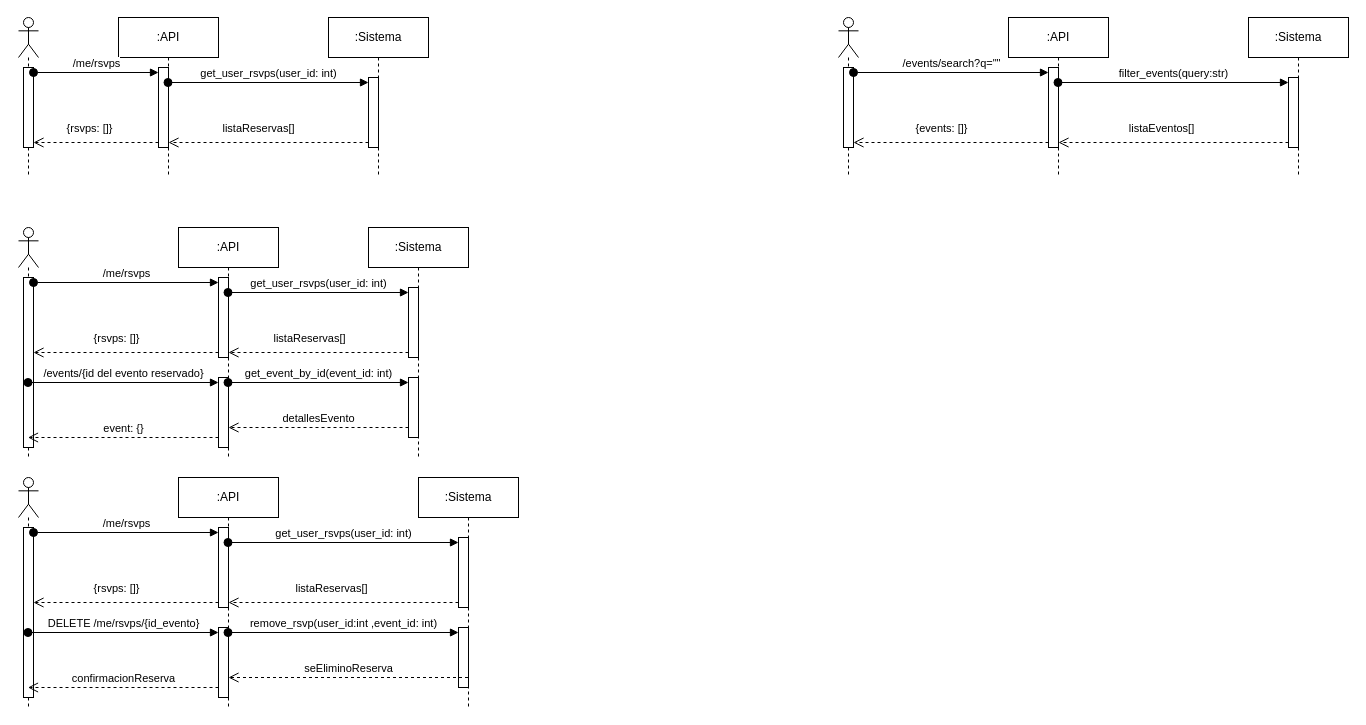
Before: docs/diagrams/sequence/diagrams-sequence.es.drawio in a-mayb3/group_n_meet_backend, a draw.io diagram. Source tidied: cells renumbered, new cells numbered last; positions are measured from the earlier drawing's top-left corner, leaving out a move shared by most shapes. Both pictures are drawn from the tidied source at 100%, with x=0, y=0 at pixel (18, 17).
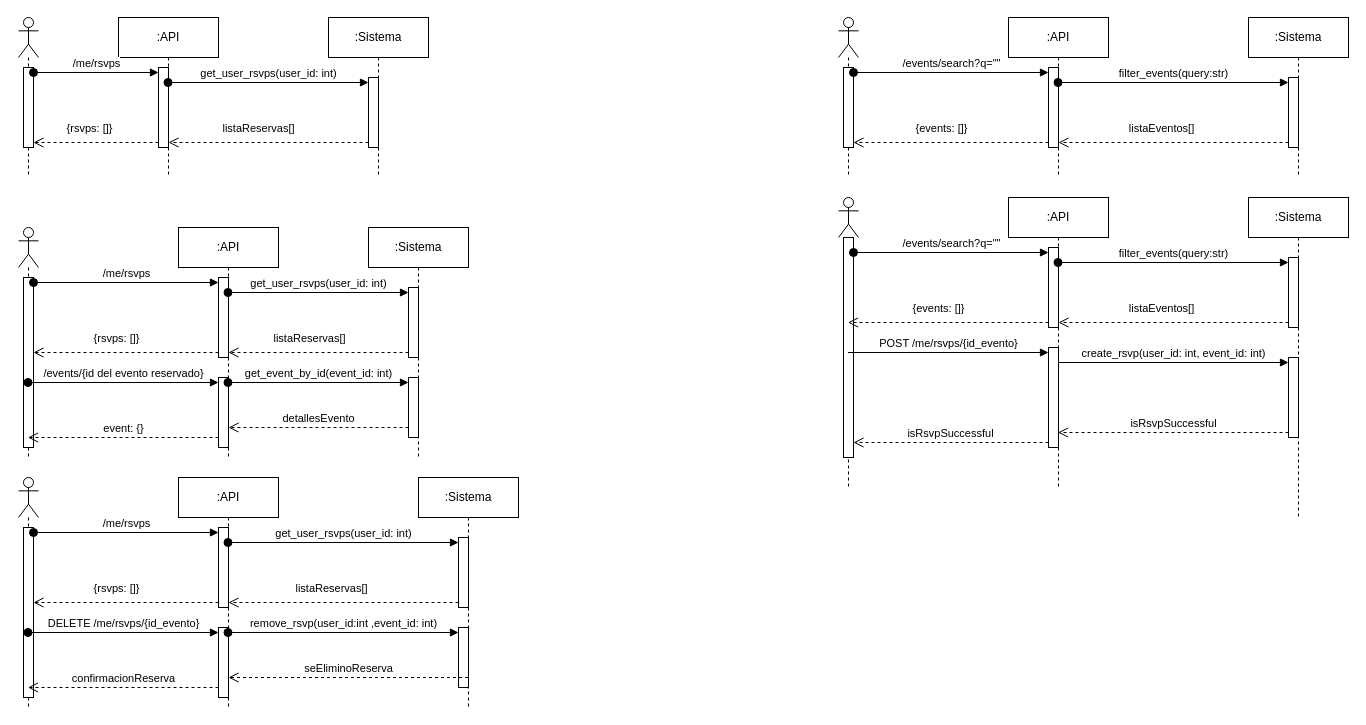
After the change.

Commit message:
Added user reservation sequence

The edit, as a diff of the source:
```diff
@@
+    <mxCell id="54" style="shape=umlLifeline;perimeter=lifelinePerimeter;whiteSpace=wrap;html=1;outlineConnect=0;portConstraint=eastwest;newEdgeStyle={&quot;curved&quot;:0,&quot;rounded&quot;:0};participant=umlActor;" parent="1" vertex="1">
+      <mxGeometry x="820" y="180" width="20" height="290" as="geometry" />
+    </mxCell>
+    <mxCell id="55" style="html=1;points=[[0,0,0,0,5],[0,1,0,0,-5],[1,0,0,0,5],[1,1,0,0,-5]];perimeter=orthogonalPerimeter;outlineConnect=0;targetShapes=umlLifeline;portConstraint=eastwest;newEdgeStyle={&quot;curved&quot;:0,&quot;rounded&quot;:0};" parent="54" vertex="1">
+      <mxGeometry x="5" y="40" width="10" height="220" as="geometry" />
+    </mxCell>
@@
+    <mxCell id="56" value=":API" style="shape=umlLifeline;perimeter=lifelinePerimeter;whiteSpace=wrap;html=1;outlineConnect=0;portConstraint=eastwest;newEdgeStyle={&quot;curved&quot;:0,&quot;rounded&quot;:0};" parent="1" vertex="1">
+      <mxGeometry x="990" y="180" width="100" height="290" as="geometry" />
+    </mxCell>
+    <mxCell id="57" style="html=1;points=[[0,0,0,0,5],[0,1,0,0,-5],[1,0,0,0,5],[1,1,0,0,-5]];perimeter=orthogonalPerimeter;outlineConnect=0;targetShapes=umlLifeline;portConstraint=eastwest;newEdgeStyle={&quot;curved&quot;:0,&quot;rounded&quot;:0};" parent="56" vertex="1">
+      <mxGeometry x="40" y="50" width="10" height="80" as="geometry" />
+    </mxCell>
+    <mxCell id="58" style="html=1;points=[[0,0,0,0,5],[0,1,0,0,-5],[1,0,0,0,5],[1,1,0,0,-5]];perimeter=orthogonalPerimeter;outlineConnect=0;targetShapes=umlLifeline;portConstraint=eastwest;newEdgeStyle={&quot;curved&quot;:0,&quot;rounded&quot;:0};" parent="56" vertex="1">
+      <mxGeometry x="40" y="150" width="10" height="100" as="geometry" />
+    </mxCell>
@@
+    <mxCell id="59" value=":Sistema" style="shape=umlLifeline;perimeter=lifelinePerimeter;whiteSpace=wrap;html=1;newEdgeStyle={&quot;curved&quot;:0,&quot;rounded&quot;:0};" parent="1" vertex="1">
+      <mxGeometry x="1230" y="180" width="100" height="320" as="geometry" />
+    </mxCell>
+    <mxCell id="60" style="html=1;points=[[0,0,0,0,5],[0,1,0,0,-5],[1,0,0,0,5],[1,1,0,0,-5]];perimeter=orthogonalPerimeter;outlineConnect=0;targetShapes=umlLifeline;portConstraint=eastwest;newEdgeStyle={&quot;curved&quot;:0,&quot;rounded&quot;:0};" parent="59" vertex="1">
+      <mxGeometry x="40" y="60" width="10" height="70" as="geometry" />
+    </mxCell>
+    <mxCell id="61" style="html=1;points=[[0,0,0,0,5],[0,1,0,0,-5],[1,0,0,0,5],[1,1,0,0,-5]];perimeter=orthogonalPerimeter;outlineConnect=0;targetShapes=umlLifeline;portConstraint=eastwest;newEdgeStyle={&quot;curved&quot;:0,&quot;rounded&quot;:0};" parent="59" vertex="1">
+      <mxGeometry x="40" y="160" width="10" height="80" as="geometry" />
+    </mxCell>
@@
+    <mxCell id="62" value="/events/search?q=&quot;&quot;" style="html=1;verticalAlign=bottom;startArrow=oval;endArrow=block;startSize=8;curved=0;rounded=0;entryX=0;entryY=0;entryDx=0;entryDy=5;" parent="1" edge="1" source="55" target="57">
+      <mxGeometry relative="1" as="geometry" />
+    </mxCell>
@@
+    <mxCell id="63" value="filter_events(query:str)" style="html=1;verticalAlign=bottom;startArrow=oval;endArrow=block;startSize=8;curved=0;rounded=0;entryX=0;entryY=0;entryDx=0;entryDy=5;" parent="1" edge="1" source="56" target="60">
+      <mxGeometry relative="1" as="geometry" />
+    </mxCell>
@@
+    <mxCell id="64" value="listaEventos[]" style="html=1;verticalAlign=bottom;endArrow=open;dashed=1;endSize=8;curved=0;rounded=0;exitX=0;exitY=1;exitDx=0;exitDy=-5;exitPerimeter=0;entryX=1;entryY=1;entryDx=0;entryDy=-5;entryPerimeter=0;" parent="1" edge="1" source="60" target="57">
+      <mxGeometry x="0.1" y="-5" relative="1" as="geometry" />
+    </mxCell>
@@
+    <mxCell id="65" value="{events: []}" style="html=1;verticalAlign=bottom;endArrow=open;dashed=1;endSize=8;curved=0;rounded=0;exitX=0;exitY=1;exitDx=0;exitDy=-5;exitPerimeter=0;" parent="1" edge="1" source="57" target="54">
+      <mxGeometry x="0.1" y="-5" relative="1" as="geometry" />
+    </mxCell>
+    <mxCell id="66" value="POST /me/rsvps/{id_evento}" style="html=1;verticalAlign=bottom;endArrow=block;curved=0;rounded=0;entryX=0;entryY=0;entryDx=0;entryDy=5;" parent="1" edge="1" source="54" target="58">
+      <mxGeometry relative="1" as="geometry" />
+    </mxCell>
+    <mxCell id="67" value="isRsvpSuccessful" style="html=1;verticalAlign=bottom;endArrow=open;dashed=1;endSize=8;curved=0;rounded=0;exitX=0;exitY=1;exitDx=0;exitDy=-5;" parent="1" edge="1" source="58" target="55">
+      <mxGeometry relative="1" as="geometry" />
+    </mxCell>
+    <mxCell id="68" value="create_rsvp(user_id: int, event_id: int)" style="html=1;verticalAlign=bottom;endArrow=block;curved=0;rounded=0;entryX=0;entryY=0;entryDx=0;entryDy=5;" parent="1" edge="1" source="56" target="61">
+      <mxGeometry relative="1" as="geometry" />
+    </mxCell>
+    <mxCell id="69" value="isRsvpSuccessful" style="html=1;verticalAlign=bottom;endArrow=open;dashed=1;endSize=8;curved=0;rounded=0;exitX=0;exitY=1;exitDx=0;exitDy=-5;" parent="1" edge="1" source="61" target="56">
+      <mxGeometry relative="1" as="geometry" />
+    </mxCell>
```
